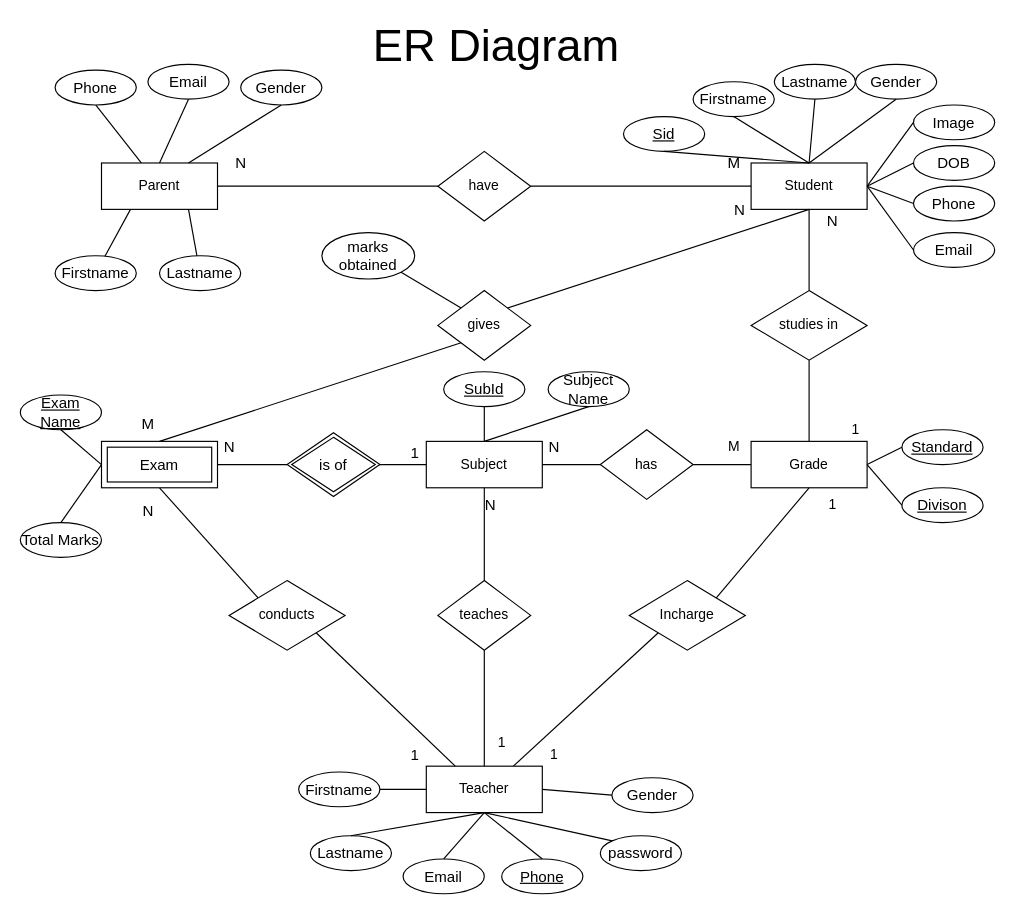
Above: Database/School App ER Diagram.drawio.xml in parmar-mohit/School-App (draw.io), before the change. Source tidied: cells renumbered, new cells numbered last; positions are measured from the earlier drawing's top-left corner, leaving out a move shared by most shapes. Both pictures are drawn from the tidied source at 116%, with x=0, y=0 at pixel (20, 29).
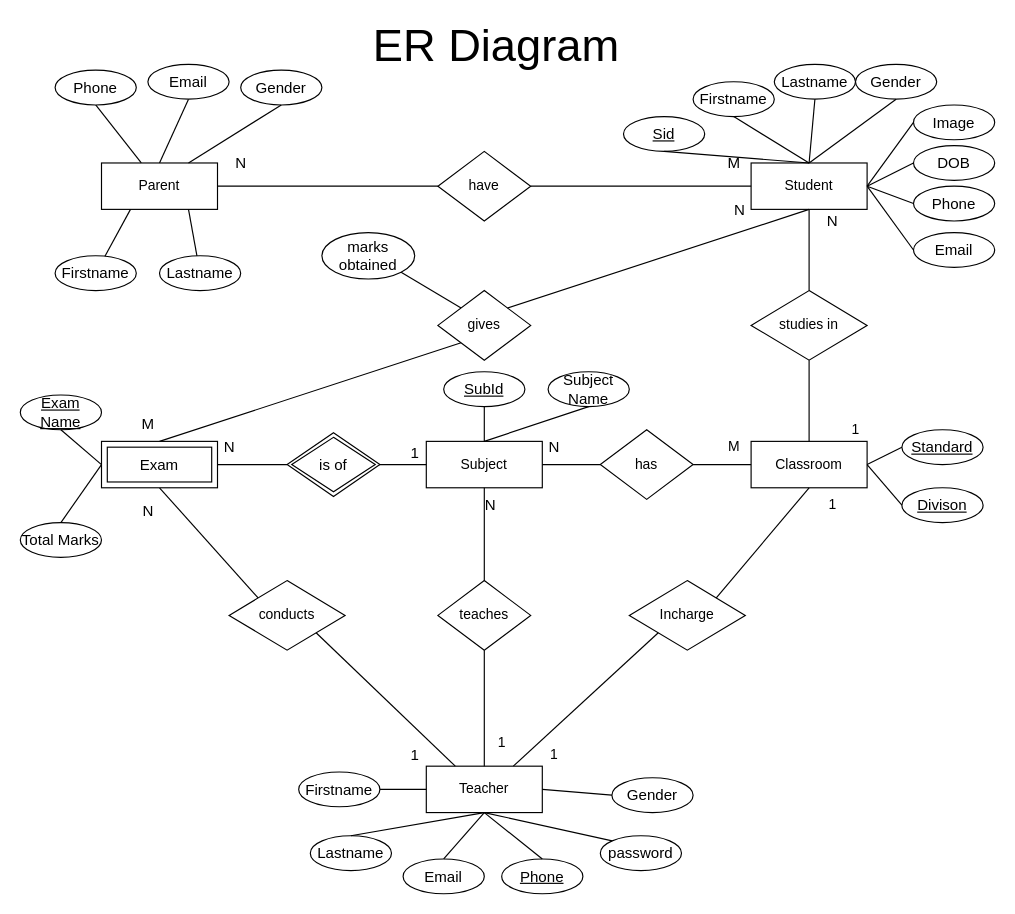
The same page after the edit.

Commit message (it also covers changes not shown here):
Change Grade to Classroom

What changed in the source:
```diff
@@
-    <mxCell id="7" value="Grade" style="whiteSpace=wrap;html=1;align=center;" parent="1" vertex="1">
+    <mxCell id="7" value="Classroom" style="whiteSpace=wrap;html=1;align=center;" parent="1" vertex="1">
       <mxGeometry x="630" y="355" width="100" height="40" as="geometry" />
     </mxCell>
```
